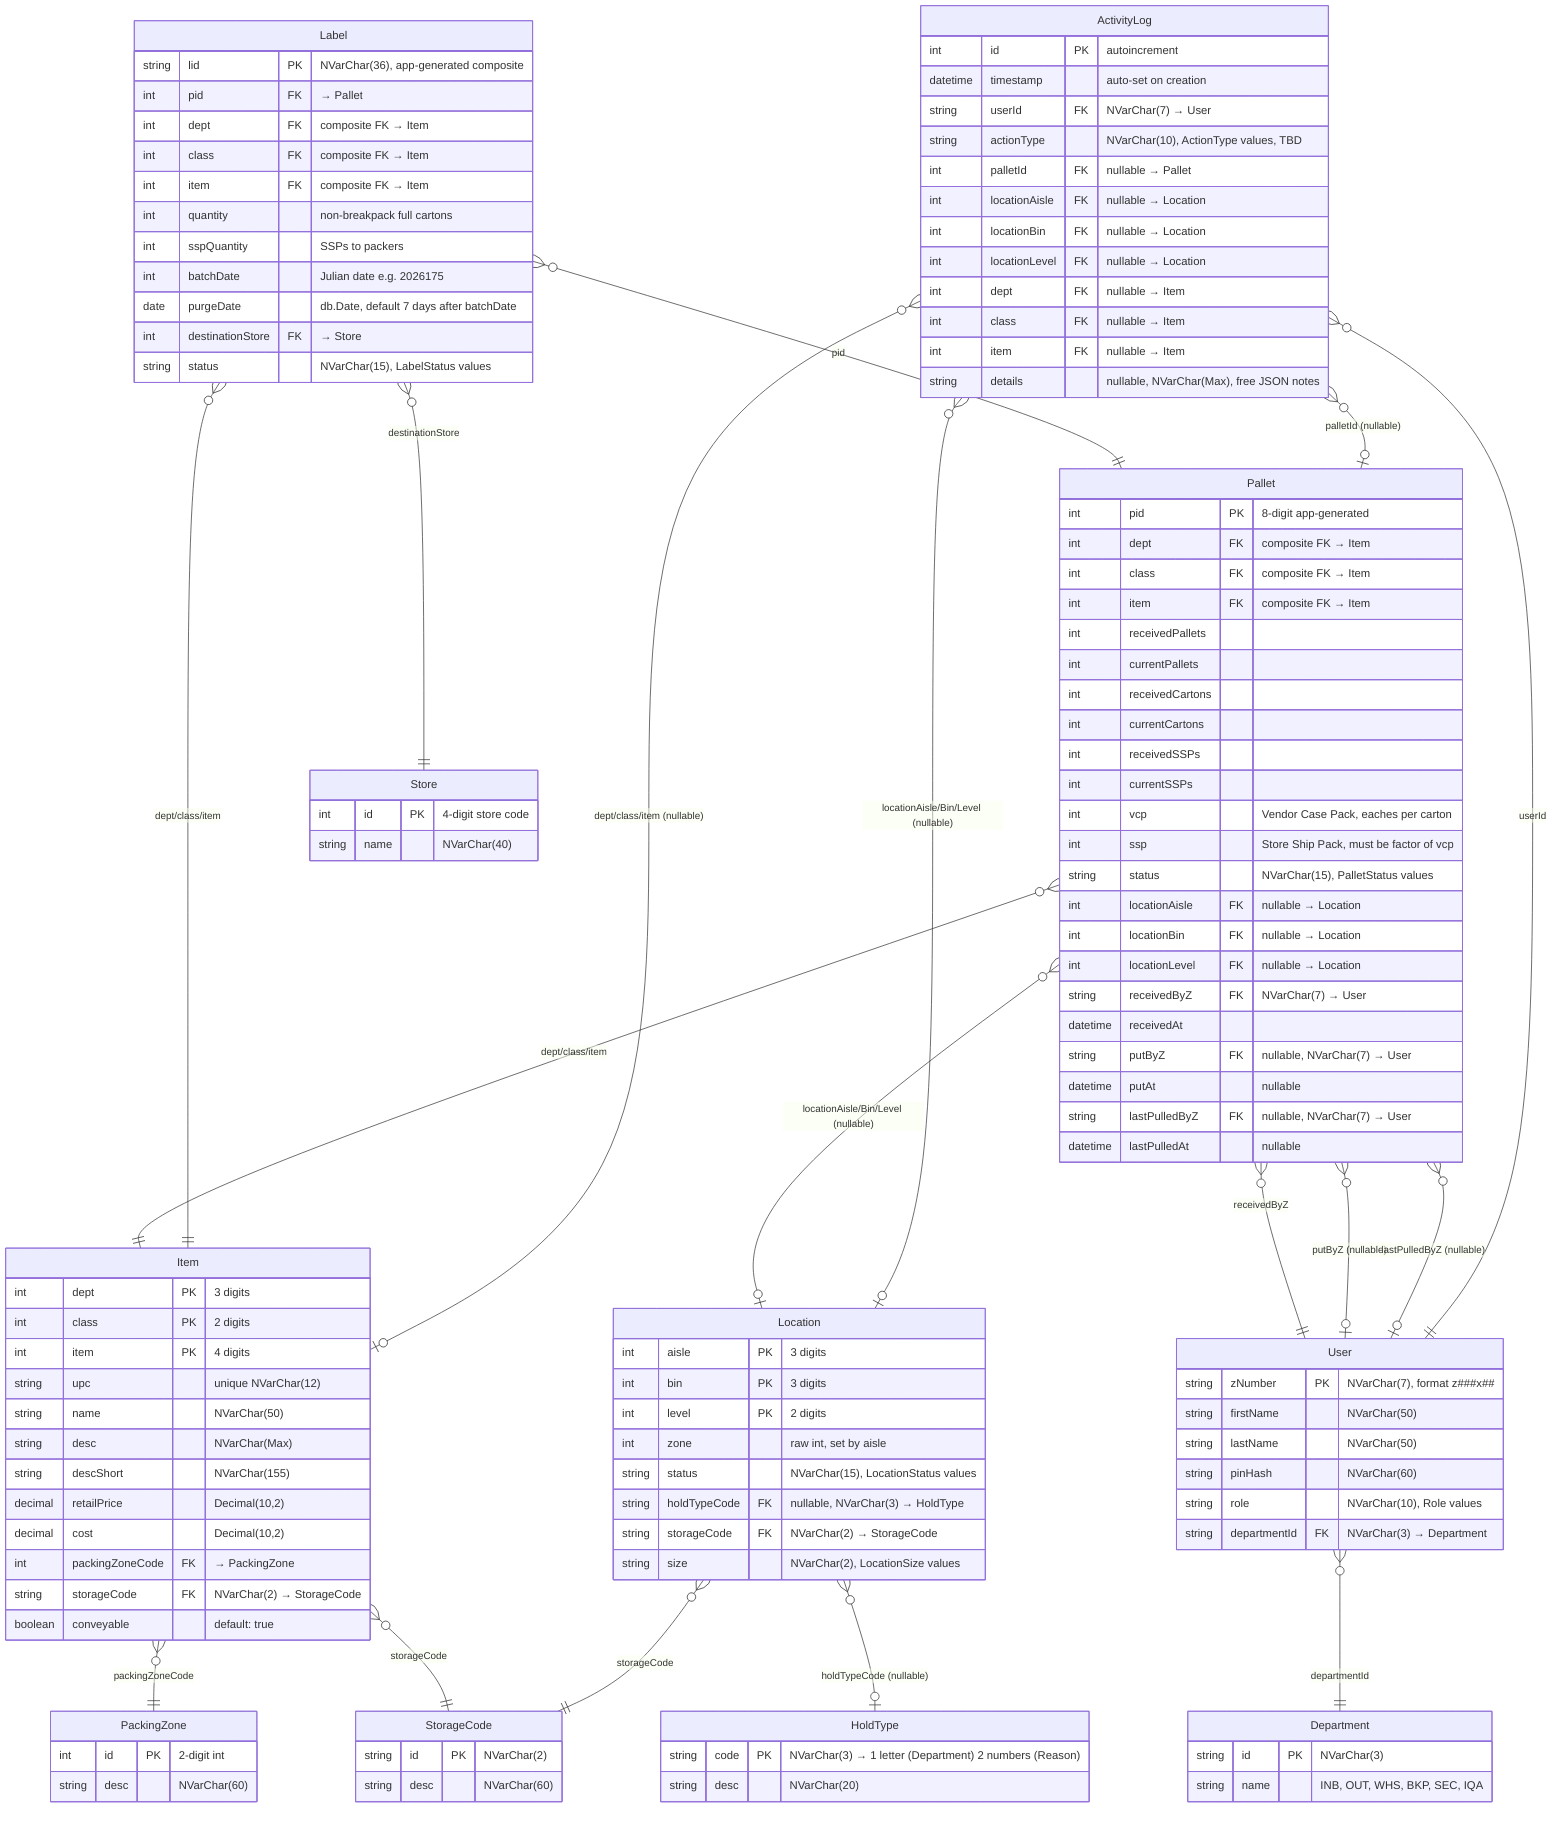
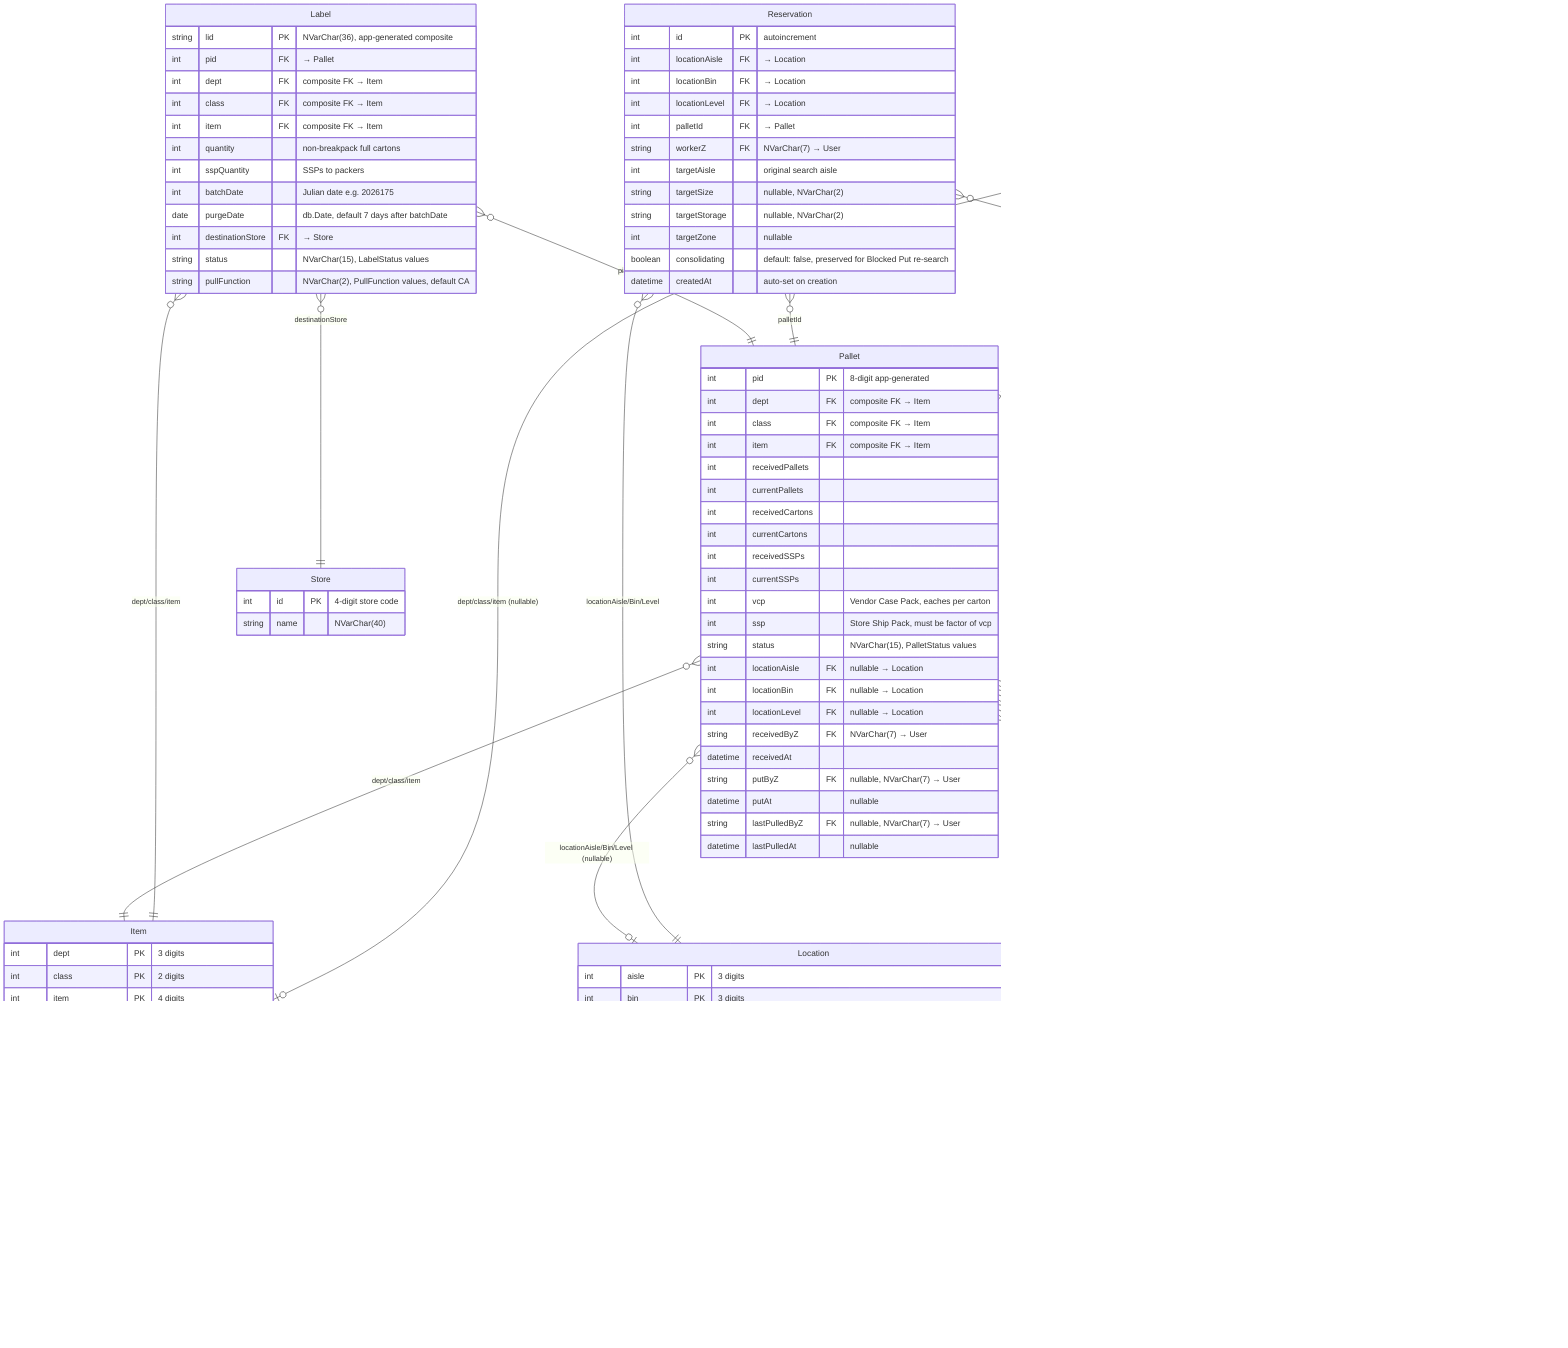
erDiagram

    %% ============================================================
    %% COMPOSITE PRIMARY KEYS (Prisma @@id — not expressible in ERD)
    %% ============================================================
    %% Item:     @@id([dept, class, item], name: "DPCI")
    %% Location: @@id([aisle, bin, level], name: "LocationID")
    %% ============================================================
    %% ENUMS — stored as NVarChar strings (Prisma v7 SQL Server does not support enum blocks)
-     %% LocationStatus: HOLD_IN, HOLD_OUT, HOLD_BOTH, HOLD_PERM, EMPTY, STORED, PULL_PENDING, RESERVED, STAGED  → NVarChar(15)
+     %% LocationStatus: EMPTY, STORED, PULL_PENDING, RESERVED, STAGED                                           → NVarChar(15)
+     %% HoldCategory:   HOLD_IN, HOLD_OUT, HOLD_BOTH, HOLD_PERM (Location.holdCategory, independent of status)   → NVarChar(10)
    %% LocationSize:   XS, HS, S, M, L                                                                         → NVarChar(2)
    %% PalletStatus:   PUT_PENDING, STORED, PULL_PENDING, PULLED, CANCELED (open — expand as needed)           → NVarChar(15)
    %% LabelStatus:    AVAILABLE, PRINTED, PULLED, DIVERTED, CANCELED, PURGED                                  → NVarChar(15)
+     %% PullFunction:   CA (Carton Air), CF (Carton Floor), FP (Full Pallet), BK (Bulk/level-0, not in demo)   → NVarChar(2)
    %% Role:           ADMIN, MANAGER, LEAD, IM, WORKER                                                        → NVarChar(10)
-     %% ActionType:     TBD — define and expand as app is built                                                  → NVarChar(10)
+     %% ActionType:     EDIT_PAL, PULL, RESERVE, PUT, UNASSIGN, BLOCK_PUT, RES_TMOUT, MNP_SCAN, STAGE, RESTAGE,
+     %%                 HOLD_PLACE, HOLD_CLEAR, REINSTATE                                                       → NVarChar(10)
    %% ============================================================
    %% BUSINESS RULES
    %% SSP must be a factor of VCP (enforced in app logic, not schema)
    %% LID format: {storeCode(1-4)}{DPCI(9)}{pid(8)}{random(8)}{batchDate(7)} = NVarChar(36)
    %% DPCI(9) is zero-padded: dept(3) + class(2) + item(4)
    %% pid: app-generated 8-digit Int with collision check
    %% zNumber format: z###x## (z + 3 digits + 1 letter + 2 digits) = NVarChar(7)
    %% PurgeDate defaults to 7 days after batchDate, set at label creation in app logic
    %% Status change to PURGED triggered in app logic on purge date
    %% ActionType enum must be defined and expanded as features are built
+     %% Location.holdTypeCode (reason-code FK) is unpopulated — WLH.md states the reason
+     %% code is written only to ActivityLog.details, never stored as a column (Phase 10)
    %% ============================================================

    Item {
        int dept PK "3 digits"
        int class PK "2 digits"
        int item PK "4 digits"
        string upc "unique NVarChar(12)"
        string name "NVarChar(50)"
        string desc "NVarChar(Max)"
        string descShort "NVarChar(155)"
        decimal retailPrice "Decimal(10,2)"
        decimal cost "Decimal(10,2)"
        int packingZoneCode FK "→ PackingZone"
        string storageCode FK "NVarChar(2) → StorageCode"
        boolean conveyable "default: true"
    }

    PackingZone {
        int id PK "2-digit int"
        string desc "NVarChar(60)"
    }

    StorageCode {
        string id PK "NVarChar(2)"
        string desc "NVarChar(60)"
    }

    Location {
        int aisle PK "3 digits"
        int bin PK "3 digits"
        int level PK "2 digits"
        int zone "raw int, set by aisle"
        string status "NVarChar(15), LocationStatus values"
-         string holdTypeCode FK "nullable, NVarChar(3) → HoldType"
+         string holdTypeCode FK "nullable, NVarChar(3) → HoldType — reason code; unused, see comment below"
+         string holdCategory "nullable, NVarChar(10), HoldCategory values — independent of status, added Phase 10"
        string storageCode FK "NVarChar(2) → StorageCode"
        string size "NVarChar(2), LocationSize values"
+         boolean contraction "default: false, set by Lead+ via Aisle Setup (out of scope) — read-only in this app"
    }

    HoldType {
        string code PK "NVarChar(3) → 1 letter (Department) 2 numbers (Reason)"
        string desc "NVarChar(20)"
    }

    Pallet {
        int pid PK "8-digit app-generated"
        int dept FK "composite FK → Item"
        int class FK "composite FK → Item"
        int item FK "composite FK → Item"
        int receivedPallets
        int currentPallets
        int receivedCartons
        int currentCartons
        int receivedSSPs
        int currentSSPs
        int vcp "Vendor Case Pack, eaches per carton"
        int ssp "Store Ship Pack, must be factor of vcp"
        string status "NVarChar(15), PalletStatus values"
        int locationAisle FK "nullable → Location"
        int locationBin FK "nullable → Location"
        int locationLevel FK "nullable → Location"
        string receivedByZ FK "NVarChar(7) → User"
        datetime receivedAt
        string putByZ FK "nullable, NVarChar(7) → User"
        datetime putAt "nullable"
        string lastPulledByZ FK "nullable, NVarChar(7) → User"
        datetime lastPulledAt "nullable"
    }

    Label {
        string lid PK "NVarChar(36), app-generated composite"
        int pid FK "→ Pallet"
        int dept FK "composite FK → Item"
        int class FK "composite FK → Item"
        int item FK "composite FK → Item"
        int quantity "non-breakpack full cartons"
        int sspQuantity "SSPs to packers"
        int batchDate "Julian date e.g. 2026175"
        date purgeDate "db.Date, default 7 days after batchDate"
        int destinationStore FK "→ Store"
        string status "NVarChar(15), LabelStatus values"
+         string pullFunction "NVarChar(2), PullFunction values, default CA"
    }

    Store {
        int id PK "4-digit store code"
        string name "NVarChar(40)"
    }

    User {
        string zNumber PK "NVarChar(7), format z###x##"
        string firstName "NVarChar(50)"
        string lastName "NVarChar(50)"
        string pinHash "NVarChar(60)"
        string role "NVarChar(10), Role values"
        string departmentId FK "NVarChar(3) → Department"
    }

    Department {
        string id PK "NVarChar(3)"
        string name "INB, OUT, WHS, BKP, SEC, IQA"
+     }
+ 
+     Reservation {
+         int id PK "autoincrement"
+         int locationAisle FK "→ Location"
+         int locationBin FK "→ Location"
+         int locationLevel FK "→ Location"
+         int palletId FK "→ Pallet"
+         string workerZ FK "NVarChar(7) → User"
+         int targetAisle "original search aisle"
+         string targetSize "nullable, NVarChar(2)"
+         string targetStorage "nullable, NVarChar(2)"
+         int targetZone "nullable"
+         boolean consolidating "default: false, preserved for Blocked Put re-search"
+         datetime createdAt "auto-set on creation"
    }

    ActivityLog {
        int id PK "autoincrement"
        datetime timestamp "auto-set on creation"
        string userId FK "NVarChar(7) → User"
        string actionType "NVarChar(10), ActionType values, TBD"
        int palletId FK "nullable → Pallet"
        int locationAisle FK "nullable → Location"
        int locationBin FK "nullable → Location"
        int locationLevel FK "nullable → Location"
        int dept FK "nullable → Item"
        int class FK "nullable → Item"
        int item FK "nullable → Item"
        string details "nullable, NVarChar(Max), free JSON notes"
    }

    %% ============================================================
    %% RELATIONS
    %% ============================================================

    Item }o--|| PackingZone : "packingZoneCode"
    Item }o--|| StorageCode : "storageCode"

    Location }o--o| HoldType : "holdTypeCode (nullable)"
    Location }o--|| StorageCode : "storageCode"

    Pallet }o--|| Item : "dept/class/item"
    Pallet }o--o| Location : "locationAisle/Bin/Level (nullable)"
    Pallet }o--|| User : "receivedByZ"
    Pallet }o--o| User : "putByZ (nullable)"
    Pallet }o--o| User : "lastPulledByZ (nullable)"

    Label }o--|| Pallet : "pid"
    Label }o--|| Item : "dept/class/item"
    Label }o--|| Store : "destinationStore"

    User }o--|| Department : "departmentId"

+     Reservation }o--|| Location : "locationAisle/Bin/Level"
+     Reservation }o--|| Pallet : "palletId"
+     Reservation }o--|| User : "workerZ"
+ 
    ActivityLog }o--|| User : "userId"
    ActivityLog }o--o| Pallet : "palletId (nullable)"
    ActivityLog }o--o| Location : "locationAisle/Bin/Level (nullable)"
    ActivityLog }o--o| Item : "dept/class/item (nullable)"
